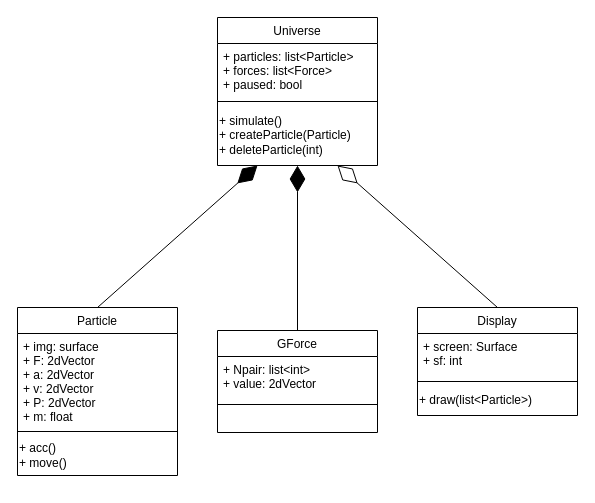
Above: Class Diagram.drawio in RobJHill2/GravSim (draw.io), before the change. Source tidied: cells renumbered, new cells numbered last; positions are measured from the earlier drawing's top-left corner, leaving out a move shared by most shapes. Both pictures are drawn from the tidied source at 100%, with x=0, y=0 at pixel (17, 17).
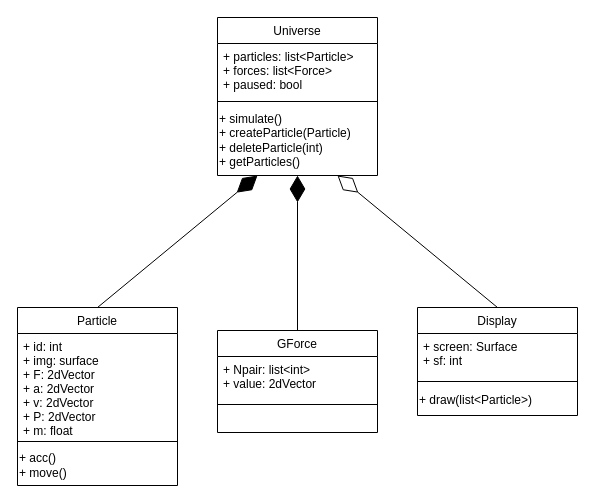
Above is the later version.

The edit, as a diff of the source:
```diff
@@
     <mxCell id="2" value="Universe" style="swimlane;fontStyle=0;align=center;verticalAlign=top;horizontal=1;startSize=26;rounded=0;shadow=0;strokeWidth=1;" parent="1" vertex="1">
-      <mxGeometry x="200" width="160" height="148" as="geometry" />
+      <mxGeometry x="200" width="160" height="158" as="geometry" />
     </mxCell>
@@
-    <mxCell id="5" value="+ simulate()&lt;div&gt;+ createParticle(Particle)&lt;/div&gt;&lt;div&gt;+ deleteParticle(int)&lt;/div&gt;" style="text;html=1;align=left;verticalAlign=middle;strokeColor=none;fillColor=none;" parent="2" vertex="1">
-      <mxGeometry y="88" width="160" height="60" as="geometry" />
+    <mxCell id="5" value="+ simulate()&lt;div&gt;+ createParticle(Particle)&lt;/div&gt;&lt;div&gt;+ deleteParticle(int)&lt;/div&gt;&lt;div&gt;+ getParticles()&lt;/div&gt;" style="text;html=1;align=left;verticalAlign=middle;strokeColor=none;fillColor=none;" parent="2" vertex="1">
+      <mxGeometry y="88" width="160" height="70" as="geometry" />
     </mxCell>
     <mxCell id="6" value="Particle" style="swimlane;fontStyle=0;align=center;verticalAlign=top;horizontal=1;startSize=26;rounded=0;shadow=0;strokeWidth=1;" parent="1" vertex="1">
-      <mxGeometry y="290" width="160" height="168" as="geometry" />
+      <mxGeometry y="290" width="160" height="178" as="geometry" />
     </mxCell>
-    <mxCell id="7" value="+ img: surface&#10;+ F: 2dVector&#10;+ a: 2dVector&#10;+ v: 2dVector&#10;+ P: 2dVector&#10;+ m: float" style="text;align=left;verticalAlign=top;spacingLeft=4;spacingRight=4;overflow=hidden;rounded=0;shadow=0;html=0;" parent="6" vertex="1">
-      <mxGeometry y="26" width="160" height="94" as="geometry" />
+    <mxCell id="7" value="+ id: int&#10;+ img: surface&#10;+ F: 2dVector&#10;+ a: 2dVector&#10;+ v: 2dVector&#10;+ P: 2dVector&#10;+ m: float" style="text;align=left;verticalAlign=top;spacingLeft=4;spacingRight=4;overflow=hidden;rounded=0;shadow=0;html=0;" parent="6" vertex="1">
+      <mxGeometry y="26" width="160" height="104" as="geometry" />
     </mxCell>
     <mxCell id="8" style="line;html=1;strokeWidth=1;align=left;verticalAlign=middle;spacingTop=-1;spacingLeft=3;spacingRight=3;labelPosition=right;" parent="6" vertex="1">
-      <mxGeometry y="120" width="160" height="8" as="geometry" />
+      <mxGeometry y="130" width="160" height="8" as="geometry" />
     </mxCell>
     <mxCell id="9" value="+ acc()&lt;div&gt;+ move()&amp;nbsp;&lt;/div&gt;" style="text;html=1;align=left;verticalAlign=middle;strokeColor=none;fillColor=none;" parent="6" vertex="1">
-      <mxGeometry y="128" width="160" height="40" as="geometry" />
+      <mxGeometry y="138" width="160" height="40" as="geometry" />
     </mxCell>
```
